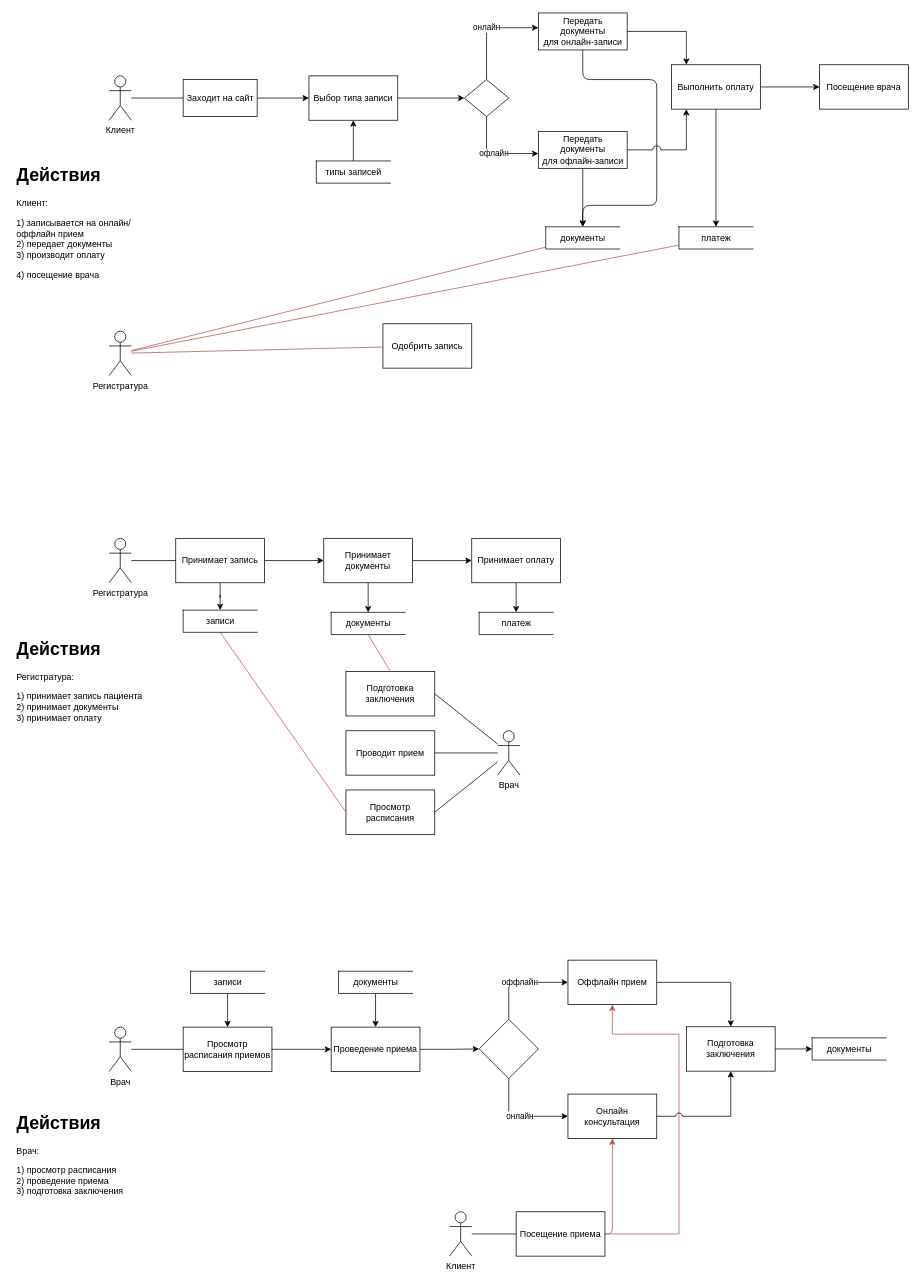
Earlier version of the draw.io diagram page "Page-2" (2 of 2) of diagram.drawio (vlvsk/TechnologiiProg). Source tidied: cells renumbered, new cells numbered last; positions are measured from the earlier drawing's top-left corner, leaving out a move shared by most shapes. Both pictures are drawn from the tidied source at 74%, with x=0, y=0 at pixel (13, 13).
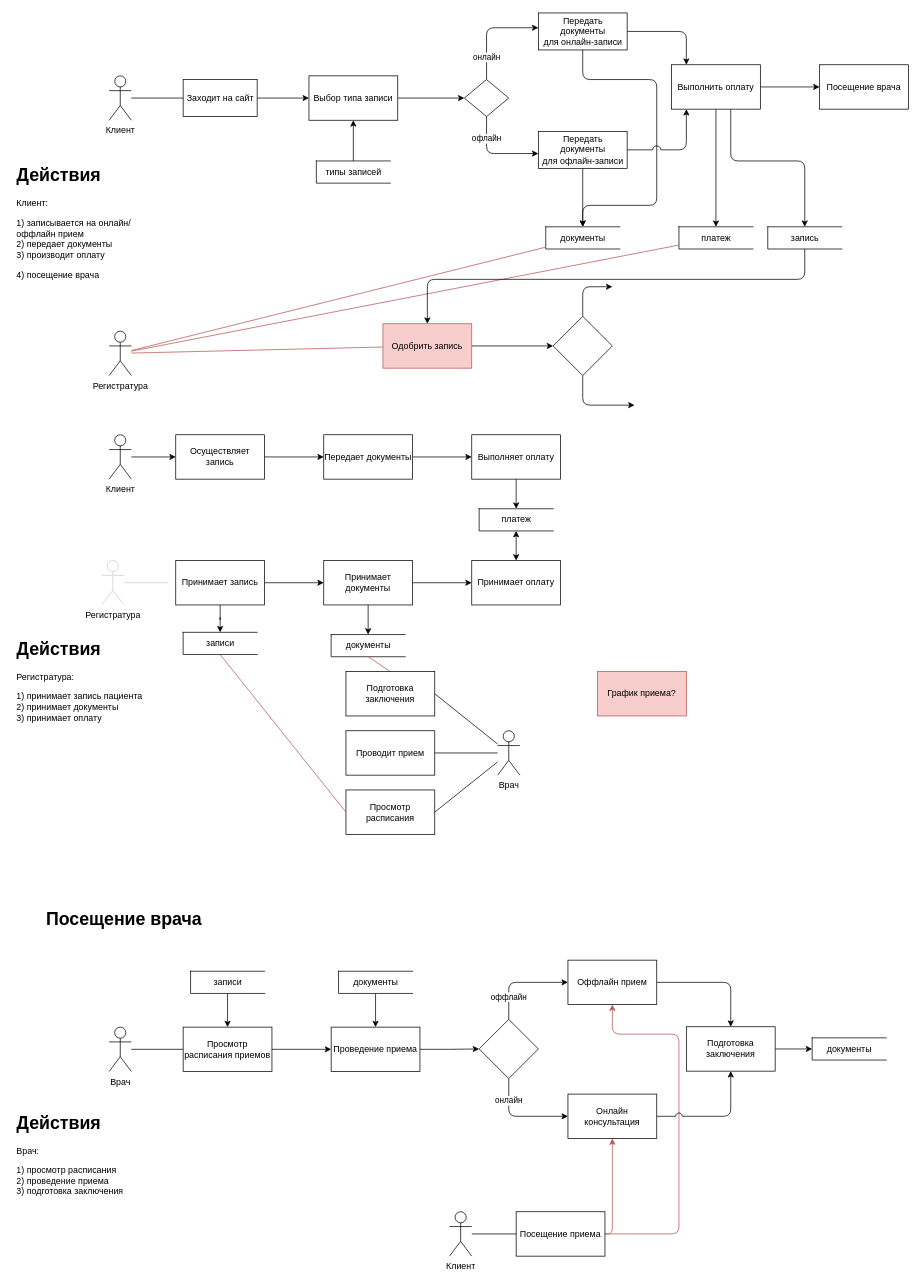
The same page after the edit.

Unchanged cells that the change refers to:
```xml
<mxCell id="13" style="shape=rhombus;html=1;dashed=0;whitespace=wrap;perimeter=rhombusPerimeter;" parent="1" vertex="1">
  <mxGeometry x="610" y="90" width="60" height="50" as="geometry" />
</mxCell>
<mxCell id="16" value="Передать&lt;br&gt;документы&lt;br&gt;для онлайн-записи" style="html=1;dashed=0;whitespace=wrap;" parent="1" vertex="1">
  <mxGeometry x="710" width="120" height="50" as="geometry" />
</mxCell>
<mxCell id="19" value="Передать&lt;br&gt;документы&lt;br&gt;для офлайн-записи" style="html=1;dashed=0;whitespace=wrap;" parent="1" vertex="1">
  <mxGeometry x="710" y="160" width="120" height="50" as="geometry" />
</mxCell>
<mxCell id="22" value="Выполнить оплату" style="whiteSpace=wrap;html=1;dashed=0;" parent="1" vertex="1">
  <mxGeometry x="890" y="70" width="120" height="60" as="geometry" />
</mxCell>
<mxCell id="52" style="rhombus;whiteSpace=wrap;html=1;rounded=0;" parent="1" vertex="1">
  <mxGeometry x="630" y="1360" width="80" height="80" as="geometry" />
</mxCell>
<mxCell id="54" value="Оффлайн прием" style="whiteSpace=wrap;html=1;rounded=0;" parent="1" vertex="1">
  <mxGeometry x="750" y="1280" width="120" height="60" as="geometry" />
</mxCell>
<mxCell id="55" value="Онлайн &lt;br&gt;консультация" style="whiteSpace=wrap;html=1;rounded=0;" parent="1" vertex="1">
  <mxGeometry x="750" y="1461" width="120" height="60" as="geometry" />
</mxCell>
<mxCell id="57" value="Подготовка заключения" style="whiteSpace=wrap;html=1;rounded=0;" parent="1" vertex="1">
  <mxGeometry x="910" y="1370" width="120" height="60" as="geometry" />
</mxCell>
<mxCell id="67" value="Посещение приема" style="rounded=0;whiteSpace=wrap;html=1;" parent="1" vertex="1">
  <mxGeometry x="680" y="1620" width="120" height="60" as="geometry" />
</mxCell>
```

Diff of the diagram source:
```diff
@@
-    <mxCell id="11" value="онлайн" style="edgeStyle=orthogonalEdgeStyle;rounded=0;jettySize=auto;html=1;" parent="1" edge="1" source="13" target="16">
-      <mxGeometry relative="1" as="geometry">
+    <mxCell id="11" value="онлайн" style="edgeStyle=orthogonalEdgeStyle;rounded=1;jettySize=auto;html=1;" parent="1" edge="1" source="13" target="16">
+      <mxGeometry x="-0.57" relative="1" as="geometry">
         <Array as="points">
           <mxPoint x="640" y="20" />
         </Array>
       </mxGeometry>
     </mxCell>
-    <mxCell id="12" value="офлайн" style="edgeStyle=orthogonalEdgeStyle;rounded=0;jettySize=auto;html=1;" parent="1" edge="1" source="13" target="19">
-      <mxGeometry relative="1" as="geometry">
+    <mxCell id="12" value="офлайн" style="edgeStyle=orthogonalEdgeStyle;rounded=1;jettySize=auto;html=1;" parent="1" edge="1" source="13" target="19">
+      <mxGeometry x="-0.5" relative="1" as="geometry">
         <Array as="points">
           <mxPoint x="640" y="190" />
         </Array>
       </mxGeometry>
     </mxCell>
@@
-    <mxCell id="14" style="edgeStyle=orthogonalEdgeStyle;rounded=0;jettySize=auto;html=1;" parent="1" edge="1" source="16" target="22">
+    <mxCell id="14" style="edgeStyle=orthogonalEdgeStyle;rounded=1;jettySize=auto;html=1;" parent="1" edge="1" source="16" target="22">
       <mxGeometry relative="1" as="geometry">
         <Array as="points">
           <mxPoint x="910" y="25" />
         </Array>
       </mxGeometry>
     </mxCell>
@@
-    <mxCell id="17" style="edgeStyle=orthogonalEdgeStyle;rounded=0;jettySize=auto;html=1;jumpStyle=arc;jumpSize=11;" parent="1" edge="1" source="19" target="22">
+    <mxCell id="17" style="edgeStyle=orthogonalEdgeStyle;rounded=1;jettySize=auto;html=1;jumpStyle=arc;jumpSize=11;" parent="1" edge="1" source="19" target="22">
       <mxGeometry relative="1" as="geometry">
         <Array as="points">
           <mxPoint x="910" y="185" />
         </Array>
       </mxGeometry>
     </mxCell>
@@
+    <mxCell id="80" style="edgeStyle=orthogonalEdgeStyle;rounded=1;jettySize=auto;html=1;entryX=0.5;entryY=0;entryDx=0;entryDy=0;" parent="1" edge="1" source="22" target="83">
+      <mxGeometry relative="1" as="geometry">
+        <Array as="points">
+          <mxPoint x="970" y="200" />
+          <mxPoint x="1070" y="200" />
+        </Array>
+      </mxGeometry>
+    </mxCell>
@@
+    <mxCell id="81" style="edgeStyle=orthogonalEdgeStyle;rounded=1;jettySize=auto;html=1;" parent="1" edge="1" source="29" target="86">
+      <mxGeometry relative="1" as="geometry" />
+    </mxCell>
-    <mxCell id="29" value="Одобрить запись" style="whiteSpace=wrap;html=1;dashed=0;" parent="1" vertex="1">
+    <mxCell id="29" value="Одобрить запись" style="whiteSpace=wrap;html=1;dashed=0;fillColor=#f8cecc;strokeColor=#b85450;" parent="1" vertex="1">
       <mxGeometry x="500" y="420" width="120" height="60" as="geometry" />
     </mxCell>
@@
-    <mxCell id="32" value="Регистратура" style="shape=umlActor;verticalLabelPosition=bottom;verticalAlign=top;html=1;outlineConnect=0;" parent="1" vertex="1">
-      <mxGeometry x="130" y="710" width="30" height="60" as="geometry" />
+    <mxCell id="32" value="Регистратура" style="shape=umlActor;verticalLabelPosition=bottom;verticalAlign=top;html=1;outlineConnect=0;strokeColor=#CCCCCC;" parent="1" vertex="1">
+      <mxGeometry x="120" y="740" width="30" height="60" as="geometry" />
     </mxCell>
@@
     <mxCell id="35" value="Принимает запись" style="rounded=0;whiteSpace=wrap;html=1;" parent="1" vertex="1">
-      <mxGeometry x="220" y="710" width="120" height="60" as="geometry" />
+      <mxGeometry x="220" y="740" width="120" height="60" as="geometry" />
     </mxCell>
-    <mxCell id="36" style="endArrow=none;html=1;entryX=0;entryY=0.5;entryDx=0;entryDy=0;" parent="1" edge="1" source="32" target="35">
-      <mxGeometry relative="1" as="geometry" />
+    <mxCell id="36" style="endArrow=none;html=1;entryX=0;entryY=0.5;entryDx=0;entryDy=0;strokeColor=#CCCCCC;" parent="1" edge="1" source="32">
+      <mxGeometry relative="1" as="geometry">
+        <mxPoint x="210" y="770" as="targetPoint" />
+      </mxGeometry>
     </mxCell>
@@
     <mxCell id="39" value="Принимает документы" style="whiteSpace=wrap;html=1;rounded=0;" parent="1" vertex="1">
-      <mxGeometry x="420" y="710" width="120" height="60" as="geometry" />
+      <mxGeometry x="420" y="740" width="120" height="60" as="geometry" />
     </mxCell>
-    <mxCell id="40" style="edgeStyle=orthogonalEdgeStyle;rounded=0;jettySize=auto;html=1;entryX=0.5;entryY=0;entryDx=0;entryDy=0;" parent="1" edge="1" source="41" target="43">
+    <mxCell id="40" style="edgeStyle=orthogonalEdgeStyle;rounded=0;jettySize=auto;html=1;startArrow=classic;startFill=1;" parent="1" edge="1" source="41" target="43">
       <mxGeometry relative="1" as="geometry" />
     </mxCell>
     <mxCell id="41" value="Принимает оплату" style="rounded=0;whiteSpace=wrap;html=1;" parent="1" vertex="1">
-      <mxGeometry x="620" y="710" width="120" height="60" as="geometry" />
+      <mxGeometry x="620" y="740" width="120" height="60" as="geometry" />
     </mxCell>
     <mxCell id="42" value="документы" style="html=1;dashed=0;whitespace=wrap;shape=partialRectangle;right=0;" parent="1" vertex="1">
-      <mxGeometry x="430" y="810" width="100" height="30" as="geometry" />
+      <mxGeometry x="430" y="840" width="100" height="30" as="geometry" />
     </mxCell>
     <mxCell id="43" value="платеж" style="html=1;dashed=0;whitespace=wrap;shape=partialRectangle;right=0;" parent="1" vertex="1">
-      <mxGeometry x="630" y="810" width="100" height="30" as="geometry" />
+      <mxGeometry x="630" y="670" width="100" height="30" as="geometry" />
     </mxCell>
@@
-    <mxCell id="50" value="оффлайн" style="edgeStyle=orthogonalEdgeStyle;rounded=0;jettySize=auto;html=1;entryX=0;entryY=0.5;entryDx=0;entryDy=0;" parent="1" edge="1" source="52" target="54">
-      <mxGeometry relative="1" as="geometry">
+    <mxCell id="50" value="оффлайн" style="edgeStyle=orthogonalEdgeStyle;rounded=1;jettySize=auto;html=1;entryX=0;entryY=0.5;entryDx=0;entryDy=0;" parent="1" edge="1" source="52" target="54">
+      <mxGeometry x="-0.54" relative="1" as="geometry">
         <Array as="points">
           <mxPoint x="670" y="1310" />
         </Array>
       </mxGeometry>
     </mxCell>
-    <mxCell id="51" value="онлайн" style="edgeStyle=orthogonalEdgeStyle;rounded=0;jettySize=auto;html=1;entryX=0;entryY=0.5;entryDx=0;entryDy=0;" parent="1" edge="1" source="52" target="55">
-      <mxGeometry relative="1" as="geometry">
+    <mxCell id="51" value="онлайн" style="edgeStyle=orthogonalEdgeStyle;rounded=1;jettySize=auto;html=1;entryX=0;entryY=0.5;entryDx=0;entryDy=0;" parent="1" edge="1" source="52" target="55">
+      <mxGeometry x="-0.54" relative="1" as="geometry">
         <Array as="points">
           <mxPoint x="670" y="1491" />
         </Array>
       </mxGeometry>
     </mxCell>
@@
-    <mxCell id="53" style="edgeStyle=orthogonalEdgeStyle;rounded=0;jettySize=auto;html=1;" parent="1" edge="1" source="54" target="57">
+    <mxCell id="53" style="edgeStyle=orthogonalEdgeStyle;rounded=1;jettySize=auto;html=1;" parent="1" edge="1" source="54" target="57">
       <mxGeometry relative="1" as="geometry" />
     </mxCell>
@@
-    <mxCell id="66" style="edgeStyle=orthogonalEdgeStyle;rounded=0;jettySize=auto;html=1;entryX=0.5;entryY=1;entryDx=0;entryDy=0;strokeColor=#B85450;" parent="1" edge="1" source="67" target="54">
+    <mxCell id="66" style="edgeStyle=orthogonalEdgeStyle;rounded=1;jettySize=auto;html=1;entryX=0.5;entryY=1;entryDx=0;entryDy=0;strokeColor=#B85450;" parent="1" edge="1" source="67" target="54">
       <mxGeometry relative="1" as="geometry">
         <Array as="points">
           <mxPoint x="900" y="1650" />
           <mxPoint x="900" y="1380" />
           <mxPoint x="810" y="1380" />
         </Array>
       </mxGeometry>
     </mxCell>
@@
     <mxCell id="72" value="записи" style="html=1;dashed=0;whitespace=wrap;shape=partialRectangle;right=0;" parent="1" vertex="1">
-      <mxGeometry x="230" y="807" width="100" height="30" as="geometry" />
+      <mxGeometry x="230" y="837" width="100" height="30" as="geometry" />
     </mxCell>
@@
-    <mxCell id="78" style="edgeStyle=orthogonalEdgeStyle;rounded=0;jettySize=auto;html=1;entryX=0.5;entryY=1;entryDx=0;entryDy=0;sketch=0;shadow=0;jumpStyle=arc;jumpSize=9;" parent="1" edge="1" source="55" target="57">
+    <mxCell id="78" style="edgeStyle=orthogonalEdgeStyle;rounded=1;jettySize=auto;html=1;entryX=0.5;entryY=1;entryDx=0;entryDy=0;sketch=0;shadow=0;jumpStyle=arc;jumpSize=9;" parent="1" edge="1" source="55" target="57">
       <mxGeometry relative="1" as="geometry" />
     </mxCell>
@@
+    <mxCell id="82" style="edgeStyle=orthogonalEdgeStyle;rounded=1;jettySize=auto;html=1;" parent="1" edge="1" source="83" target="29">
+      <mxGeometry relative="1" as="geometry">
+        <Array as="points">
+          <mxPoint x="1070" y="360" />
+          <mxPoint x="560" y="360" />
+        </Array>
+      </mxGeometry>
+    </mxCell>
+    <mxCell id="83" value="запись" style="html=1;dashed=0;whitespace=wrap;shape=partialRectangle;right=0;" parent="1" vertex="1">
+      <mxGeometry x="1020" y="289" width="100" height="30" as="geometry" />
+    </mxCell>
+    <mxCell id="84" style="edgeStyle=orthogonalEdgeStyle;rounded=1;jettySize=auto;html=1;" parent="1" edge="1" source="86">
+      <mxGeometry relative="1" as="geometry">
+        <mxPoint x="810" y="370" as="targetPoint" />
+        <Array as="points">
+          <mxPoint x="770" y="370" />
+        </Array>
+      </mxGeometry>
+    </mxCell>
+    <mxCell id="85" style="edgeStyle=orthogonalEdgeStyle;rounded=1;jettySize=auto;html=1;" parent="1" edge="1" source="86">
+      <mxGeometry relative="1" as="geometry">
+        <mxPoint x="840" y="530" as="targetPoint" />
+        <Array as="points">
+          <mxPoint x="770" y="530" />
+        </Array>
+      </mxGeometry>
+    </mxCell>
+    <mxCell id="86" style="rhombus;whiteSpace=wrap;html=1;" parent="1" vertex="1">
+      <mxGeometry x="730" y="410" width="80" height="80" as="geometry" />
+    </mxCell>
+    <mxCell id="87" style="edgeStyle=orthogonalEdgeStyle;rounded=1;jettySize=auto;html=1;strokeColor=#000000;" parent="1" edge="1" source="88" target="90">
+      <mxGeometry relative="1" as="geometry" />
+    </mxCell>
+    <mxCell id="88" value="Клиент" style="shape=umlActor;verticalLabelPosition=bottom;verticalAlign=top;html=1;outlineConnect=0;" parent="1" vertex="1">
+      <mxGeometry x="130" y="570" width="30" height="60" as="geometry" />
+    </mxCell>
+    <mxCell id="89" style="edgeStyle=orthogonalEdgeStyle;rounded=1;jettySize=auto;html=1;strokeColor=#000000;" parent="1" edge="1" source="90" target="92">
+      <mxGeometry relative="1" as="geometry" />
+    </mxCell>
+    <mxCell id="90" value="Осуществляет запись" style="rounded=0;whiteSpace=wrap;html=1;" parent="1" vertex="1">
+      <mxGeometry x="220" y="570" width="120" height="60" as="geometry" />
+    </mxCell>
+    <mxCell id="91" style="edgeStyle=orthogonalEdgeStyle;rounded=1;jettySize=auto;html=1;strokeColor=#000000;" parent="1" edge="1" source="92" target="94">
+      <mxGeometry relative="1" as="geometry" />
+    </mxCell>
+    <mxCell id="92" value="Передает документы" style="whiteSpace=wrap;html=1;rounded=0;" parent="1" vertex="1">
+      <mxGeometry x="420" y="570" width="120" height="60" as="geometry" />
+    </mxCell>
+    <mxCell id="93" style="edgeStyle=orthogonalEdgeStyle;rounded=1;jettySize=auto;html=1;startArrow=none;startFill=0;strokeColor=#000000;" parent="1" edge="1" source="94" target="43">
+      <mxGeometry relative="1" as="geometry" />
+    </mxCell>
+    <mxCell id="94" value="Выполняет оплату" style="whiteSpace=wrap;html=1;rounded=0;" parent="1" vertex="1">
+      <mxGeometry x="620" y="570" width="120" height="60" as="geometry" />
+    </mxCell>
+    <mxCell id="95" value="График приема?" style="rounded=0;whiteSpace=wrap;html=1;fillColor=#f8cecc;strokeColor=#b85450;" parent="1" vertex="1">
+      <mxGeometry x="790" y="890" width="120" height="60" as="geometry" />
+    </mxCell>
+    <mxCell id="96" value="&lt;h1&gt;Посещение врача&lt;/h1&gt;" style="text;html=1;strokeColor=none;fillColor=none;spacing=5;spacingTop=-20;whiteSpace=wrap;overflow=hidden;rounded=0;" parent="1" vertex="1">
+      <mxGeometry x="40" y="1205" width="250" height="55" as="geometry" />
+    </mxCell>
```
